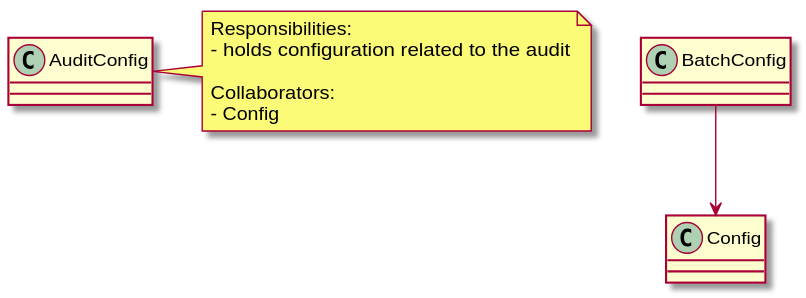
Earlier version of the PlantUML export docs/doxygen/doxygen/inline_umlgraph_2.svg (elliVM/pth_06).
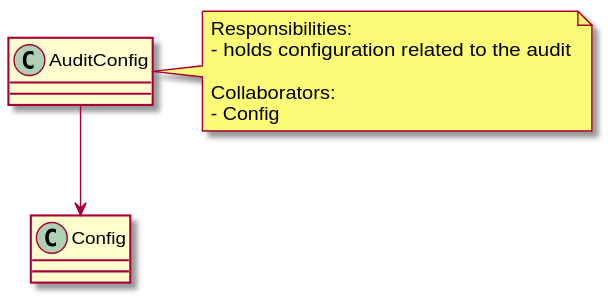
Above is the later version.

Diff of the diagram source:
```diff
@@ -1,9 +1,7 @@
 @startuml inline_umlgraph_2.svg
-class AuditConfig {
+class AuditConfig {}
 
-}
-
-BatchConfig --> Config
+AuditConfig --> Config
 
 note right of AuditConfig
 Responsibilities:
```
